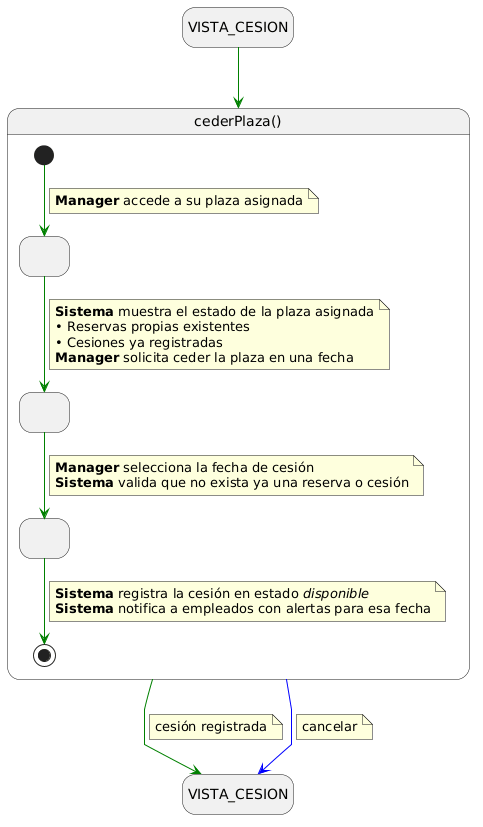
Earlier version of the PlantUML export modelosUML/png/cuCederPlaza.png (lostal/seven-suite).
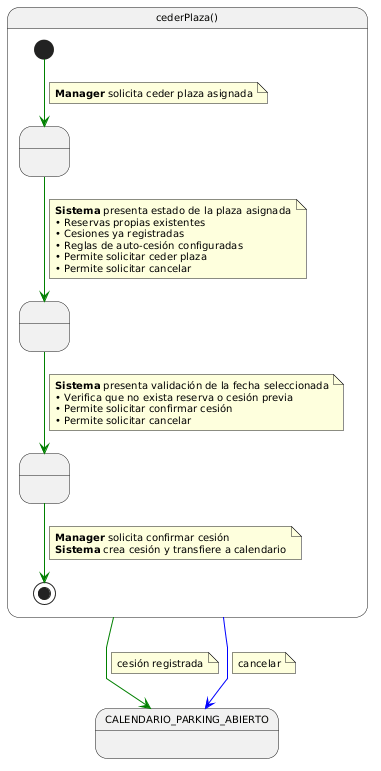
After the change.

Diff of the diagram source:
```diff
@@ -1,52 +1,50 @@
-@startuml cuCederPlaza
-
+@startuml
 skinparam linetype polyline
-hide empty description
-
-state "VISTA_CESION" as VistaCesionInicio
-state "VISTA_CESION" as VistaCesionFin
-
-VistaCesionInicio -[#green]-> cederPlaza
+skinparam defaultFontName Arial
+skinparam defaultFontSize 10
 
 state cederPlaza as "cederPlaza()" {
-  state " " as VisualizandoPlaza
-  state " " as SeleccionandoFecha
+  state " " as SolicitandoCesion
+  state " " as ProporcionandoFecha
   state " " as CesionRegistrada
 
-  [*] -[#green]-> VisualizandoPlaza
+  [*] -[#green]-> SolicitandoCesion
   note on link
-    <b>Manager</b> accede a su plaza asignada
+    <b>Manager</b> solicita ceder plaza asignada
   end note
 
-  VisualizandoPlaza -[#green]-> SeleccionandoFecha
+  SolicitandoCesion -[#green]-> ProporcionandoFecha
   note on link
-    <b>Sistema</b> muestra el estado de la plaza asignada
+    <b>Sistema</b> presenta estado de la plaza asignada
     • Reservas propias existentes
     • Cesiones ya registradas
-    <b>Manager</b> solicita ceder la plaza en una fecha
+    • Reglas de auto-cesión configuradas
+    • Permite solicitar ceder plaza
+    • Permite solicitar cancelar
   end note
 
-  SeleccionandoFecha -[#green]-> CesionRegistrada
+  ProporcionandoFecha -[#green]-> CesionRegistrada
   note on link
-    <b>Manager</b> selecciona la fecha de cesión
-    <b>Sistema</b> valida que no exista ya una reserva o cesión
+    <b>Sistema</b> presenta validación de la fecha seleccionada
+    • Verifica que no exista reserva o cesión previa
+    • Permite solicitar confirmar cesión
+    • Permite solicitar cancelar
   end note
 
   CesionRegistrada -[#green]-> [*]
   note on link
-    <b>Sistema</b> registra la cesión en estado //disponible//
-    <b>Sistema</b> notifica a empleados con alertas para esa fecha
+    <b>Manager</b> solicita confirmar cesión
+    <b>Sistema</b> crea cesión y transfiere a calendario
   end note
 }
 
-cederPlaza -[#green]-> VistaCesionFin
+cederPlaza -[#green]-> CALENDARIO_PARKING_ABIERTO
 note on link
   cesión registrada
 end note
 
-cederPlaza -[#blue]-> VistaCesionFin
+cederPlaza -[#blue]-> CALENDARIO_PARKING_ABIERTO
 note on link
   cancelar
 end note
-
 @enduml
```
